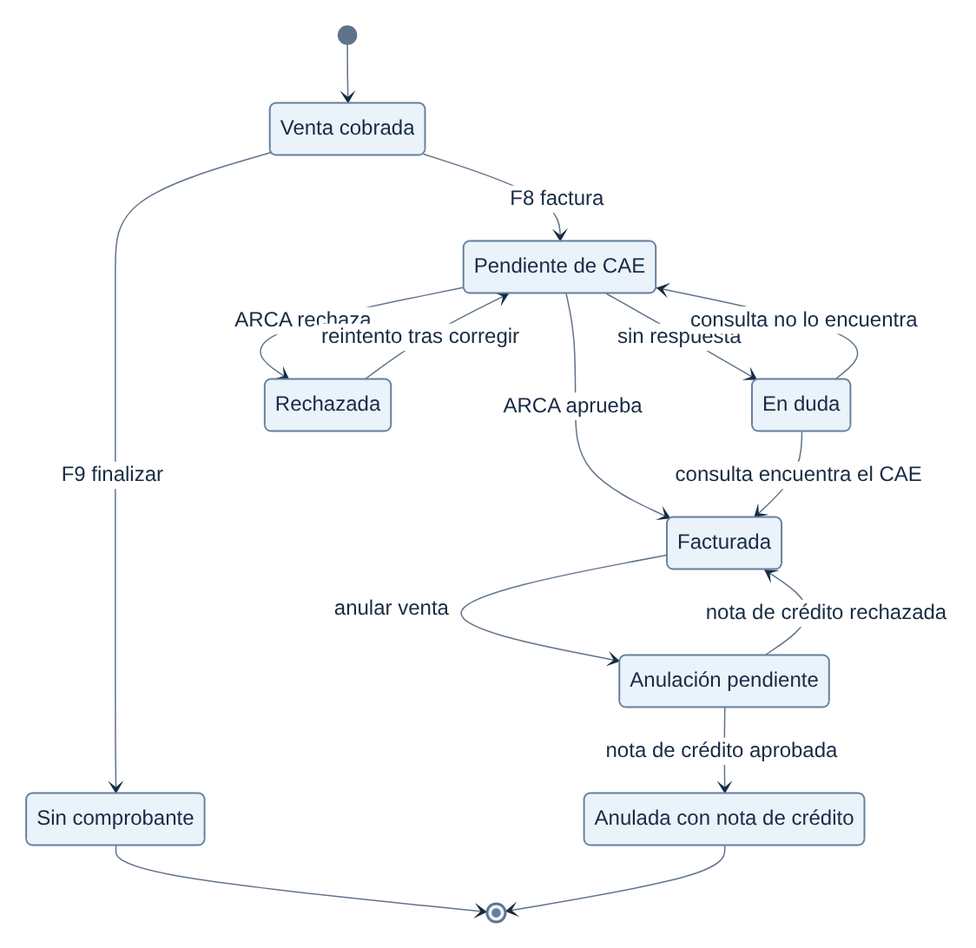
Before: docs/diagramas/png/EST-01.png, a diagram exported from Mermaid (aleharo2003/floky). Its source is kept beside it as docs/diagramas/fuentes/EST-01.mmd.
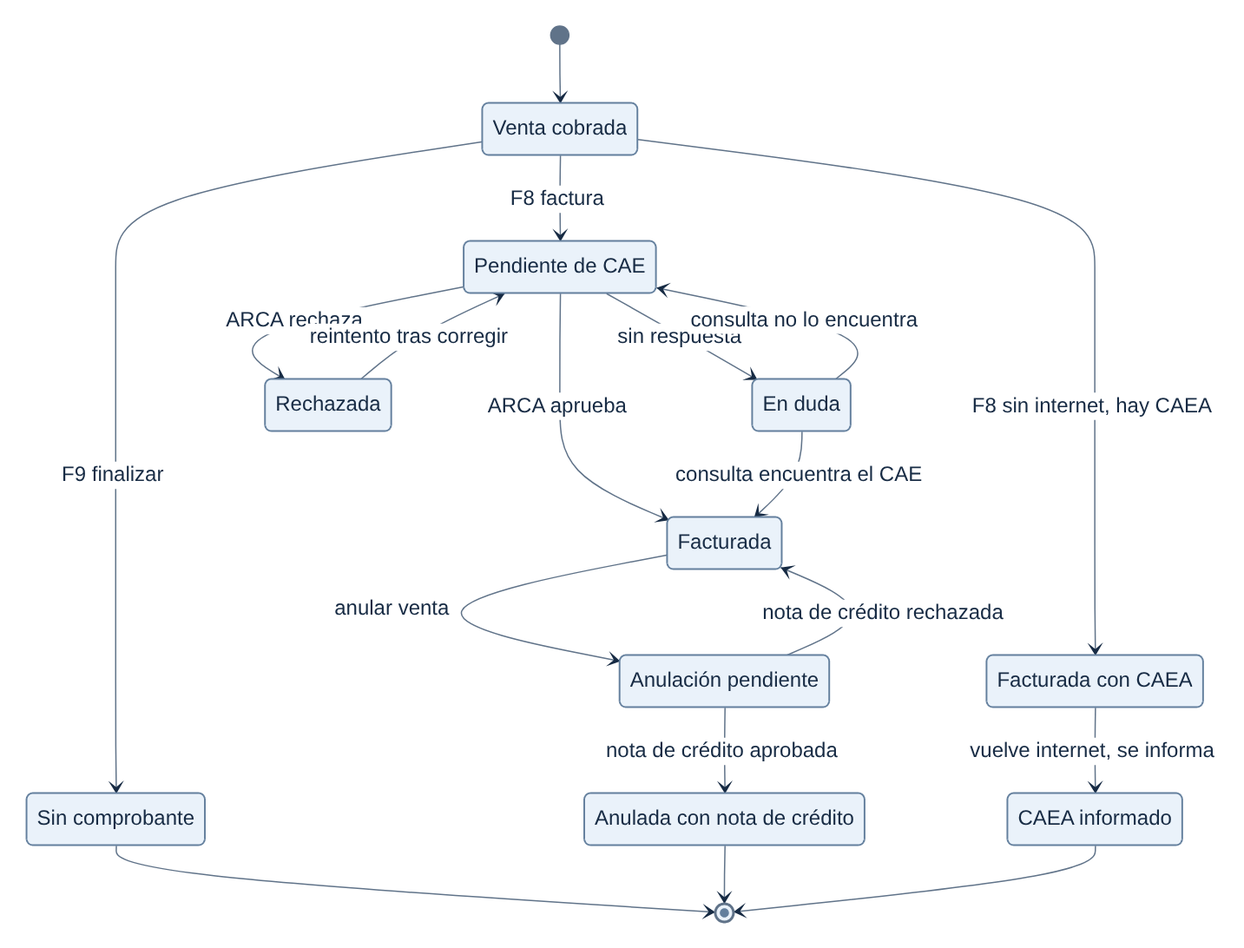
The same file after the commit.

What changed in the source:
```diff
@@ -4,12 +4,16 @@
     state "Pendiente de CAE" as Pendiente
     state "En duda" as Duda
     state "Facturada" as Facturada
+    state "Facturada con CAEA" as Caea
+    state "CAEA informado" as Informada
     state "Rechazada" as Rechazada
     state "Sin comprobante" as SinComp
     state "Anulación pendiente" as AnulPend
     state "Anulada con nota de crédito" as Anulada
     Cobrada --> Pendiente: F8 factura
     Cobrada --> SinComp: F9 finalizar
+    Cobrada --> Caea: F8 sin internet, hay CAEA
+    Caea --> Informada: vuelve internet, se informa
     Pendiente --> Facturada: ARCA aprueba
     Pendiente --> Rechazada: ARCA rechaza
     Pendiente --> Duda: sin respuesta
@@ -21,3 +25,4 @@
     AnulPend --> Facturada: nota de crédito rechazada
     SinComp --> [*]
     Anulada --> [*]
+    Informada --> [*]
```
